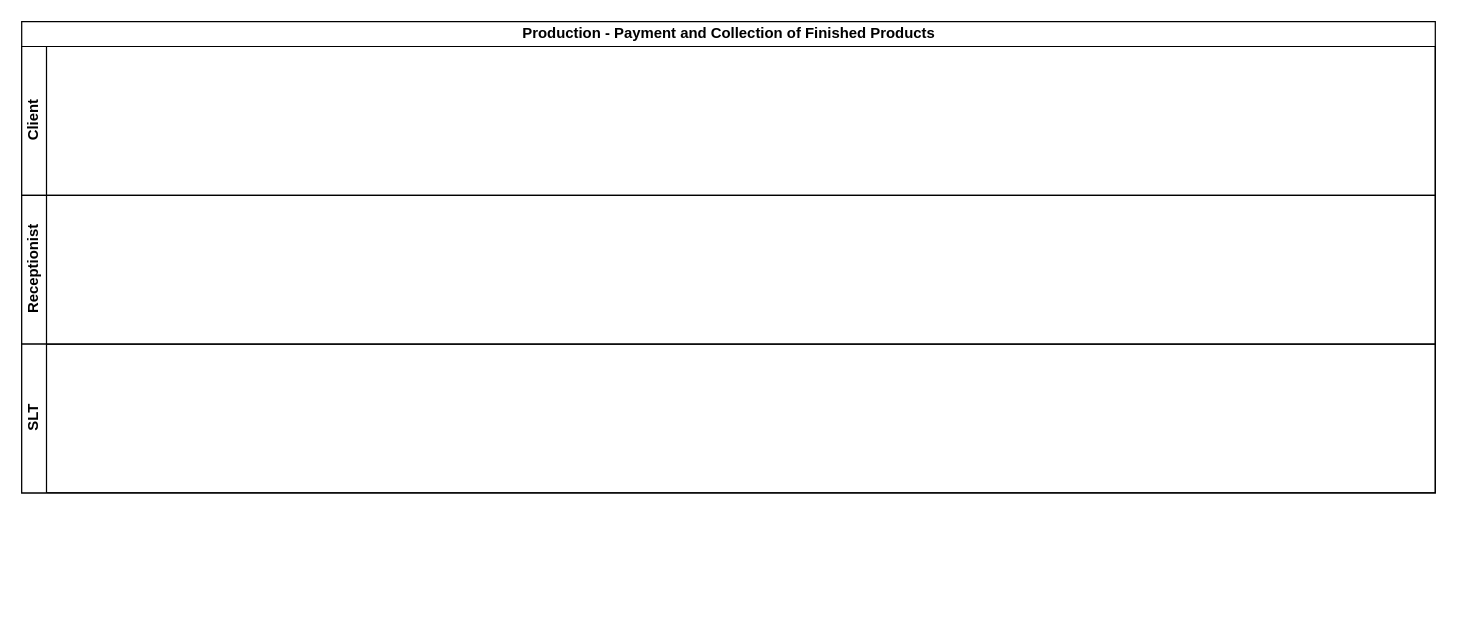
The draw.io diagram LC-Payment and Collection of Finished Products.drawio in kmagua/flowcharts, before the edit. Source tidied: cells renumbered, new cells numbered last; positions are measured from the earlier drawing's top-left corner, leaving out a move shared by most shapes. Both pictures are drawn from the tidied source at 124%, with x=0, y=0 at pixel (21, 21).
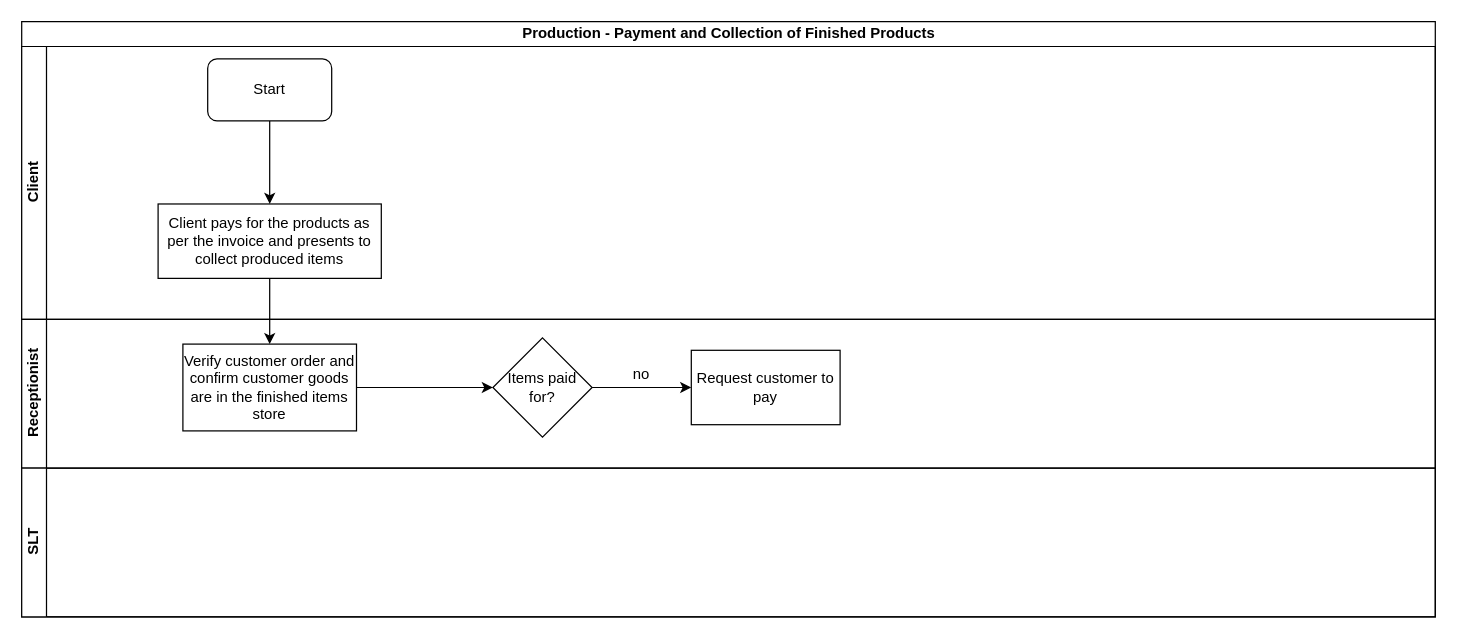
After the change.

The edit, as a diff of the source:
```diff
@@
 <mxGraphModel>
   <root>
     <mxCell id="0" />
     <mxCell id="1" parent="0" />
     <mxCell id="2" value="Production - Payment and Collection of Finished Products" style="swimlane;html=1;horizontal=1;startSize=20;" parent="1" vertex="1">
-      <mxGeometry width="1140" height="380" as="geometry" />
+      <mxGeometry width="1140" height="480" as="geometry" />
     </mxCell>
     <mxCell id="3" value="Client" style="swimlane;html=1;startSize=20;horizontal=0;" parent="2" vertex="1">
-      <mxGeometry y="20" width="1140" height="120" as="geometry" />
+      <mxGeometry y="20" width="1140" height="220" as="geometry" />
     </mxCell>
+    <mxCell id="6" value="Start" style="rounded=1;whiteSpace=wrap;html=1;" parent="3" vertex="1">
+      <mxGeometry x="150" y="10" width="100" height="50" as="geometry" />
+    </mxCell>
+    <mxCell id="7" value="Client pays for the products as per the invoice and presents to collect produced items" style="rounded=0;whiteSpace=wrap;html=1;" parent="3" vertex="1">
+      <mxGeometry x="110" y="127" width="180" height="60" as="geometry" />
+    </mxCell>
+    <mxCell id="8" style="edgeStyle=orthogonalEdgeStyle;rounded=0;jettySize=auto;html=1;entryX=0.5;entryY=0;entryDx=0;entryDy=0;" parent="3" edge="1" source="6" target="7">
+      <mxGeometry relative="1" as="geometry" />
+    </mxCell>
     <mxCell id="4" value="Receptionist" style="swimlane;html=1;startSize=20;horizontal=0;" parent="2" vertex="1">
-      <mxGeometry y="140" width="1140" height="120" as="geometry" />
+      <mxGeometry y="240" width="1140" height="120" as="geometry" />
     </mxCell>
+    <mxCell id="9" value="Verify customer order and confirm customer goods are in the finished items store" style="whiteSpace=wrap;html=1;rounded=0;" parent="4" vertex="1">
+      <mxGeometry x="130" y="20" width="140" height="70" as="geometry" />
+    </mxCell>
+    <mxCell id="10" value="Request customer to pay" style="whiteSpace=wrap;html=1;rounded=0;" parent="4" vertex="1">
+      <mxGeometry x="540" y="25" width="120" height="60" as="geometry" />
+    </mxCell>
+    <mxCell id="11" value="no" style="text;html=1;strokeColor=none;fillColor=none;align=center;verticalAlign=middle;whiteSpace=wrap;rounded=0;" parent="4" vertex="1">
+      <mxGeometry x="480" y="35" width="40" height="20" as="geometry" />
+    </mxCell>
     <mxCell id="5" value="SLT" style="swimlane;html=1;startSize=20;horizontal=0;" parent="2" vertex="1">
-      <mxGeometry y="260" width="1140" height="120" as="geometry" />
+      <mxGeometry y="360" width="1140" height="120" as="geometry" />
     </mxCell>
+    <mxCell id="12" style="edgeStyle=orthogonalEdgeStyle;rounded=0;jettySize=auto;html=1;" parent="2" edge="1" source="7" target="9">
+      <mxGeometry relative="1" as="geometry" />
+    </mxCell>
+    <mxCell id="13" style="edgeStyle=orthogonalEdgeStyle;rounded=0;jettySize=auto;html=1;" parent="1" edge="1" source="14" target="10">
+      <mxGeometry relative="1" as="geometry" />
+    </mxCell>
+    <mxCell id="14" value="Items paid for?" style="rhombus;whiteSpace=wrap;html=1;rounded=0;" parent="1" vertex="1">
+      <mxGeometry x="380" y="255" width="80" height="80" as="geometry" />
+    </mxCell>
+    <mxCell id="15" style="edgeStyle=orthogonalEdgeStyle;rounded=0;jettySize=auto;html=1;" parent="1" edge="1" source="9" target="14">
+      <mxGeometry relative="1" as="geometry" />
+    </mxCell>
   </root>
 </mxGraphModel>
```
